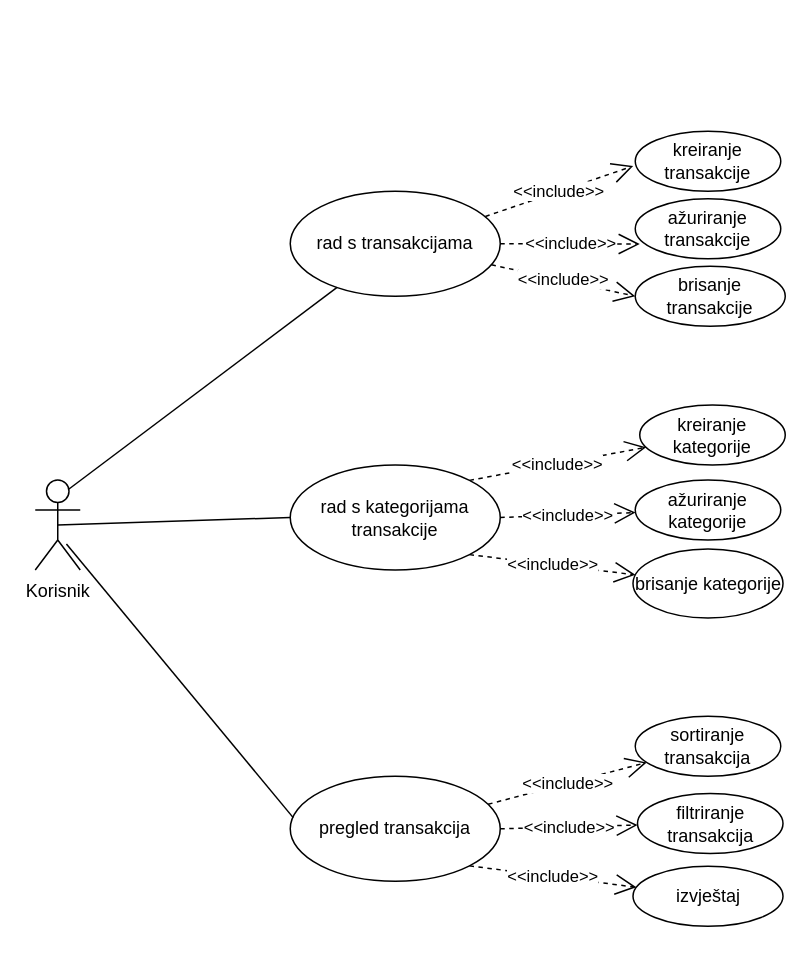
Before: page "Dijagram koristenja" (1 of 4) of doc/aplikacija.drawio in avucak/upi_20_budget, a draw.io diagram. Source tidied: cells renumbered, new cells numbered last; positions are measured from the earlier drawing's top-left corner, leaving out a move shared by most shapes. Both pictures are drawn from the tidied source at 150%, with x=0, y=0 at pixel (34, 130).
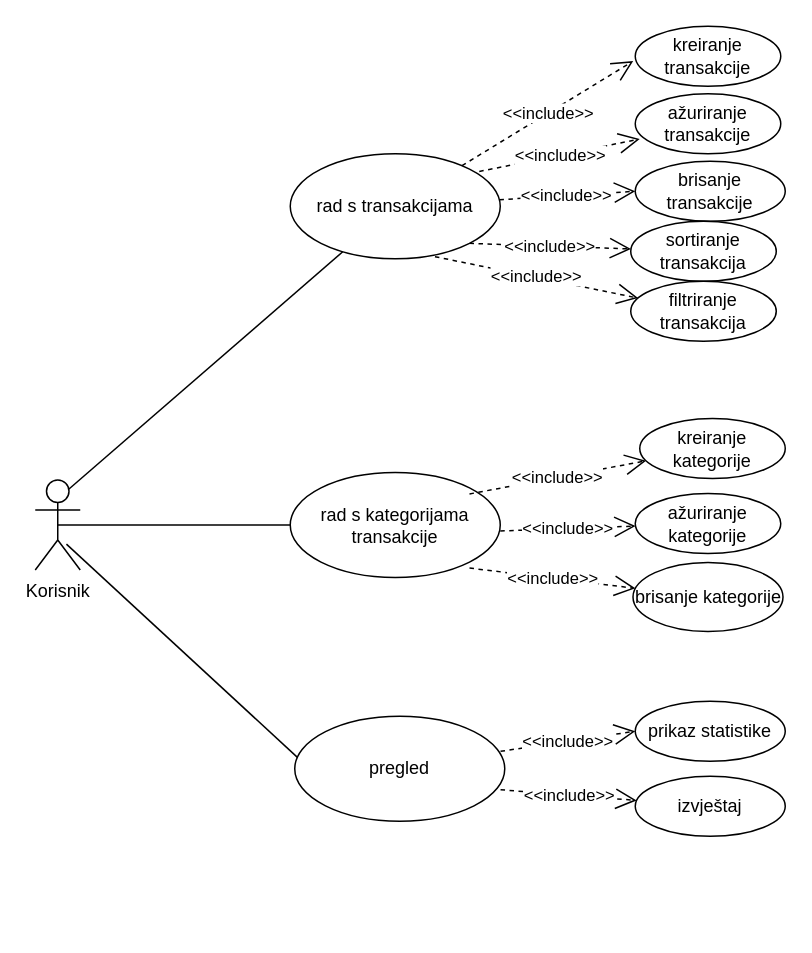
After the change.

Commit message:
promjena dijagrama korištenja

The edit, as a diff of the source:
```diff
@@
     <mxCell id="3" value="kreiranje transakcije" style="ellipse;whiteSpace=wrap;html=1;" parent="1" vertex="1">
-      <mxGeometry x="400" width="97" height="40" as="geometry" />
+      <mxGeometry x="400" y="-70" width="97" height="40" as="geometry" />
     </mxCell>
     <mxCell id="4" value="ažuriranje transakcije" style="ellipse;whiteSpace=wrap;html=1;" parent="1" vertex="1">
-      <mxGeometry x="400" y="45" width="97" height="40" as="geometry" />
+      <mxGeometry x="400" y="-25" width="97" height="40" as="geometry" />
     </mxCell>
     <mxCell id="5" value="brisanje transakcije" style="ellipse;whiteSpace=wrap;html=1;" parent="1" vertex="1">
-      <mxGeometry x="400" y="90" width="100" height="40" as="geometry" />
+      <mxGeometry x="400" y="20" width="100" height="40" as="geometry" />
     </mxCell>
     <mxCell id="6" value="rad s transakcijama" style="ellipse;whiteSpace=wrap;html=1;" parent="1" vertex="1">
-      <mxGeometry x="170" y="40" width="140" height="70" as="geometry" />
+      <mxGeometry x="170" y="15" width="140" height="70" as="geometry" />
     </mxCell>
     <mxCell id="7" value="rad s kategorijama transakcije" style="ellipse;whiteSpace=wrap;html=1;" parent="1" vertex="1">
-      <mxGeometry x="170" y="222.5" width="140" height="70" as="geometry" />
+      <mxGeometry x="170" y="227.5" width="140" height="70" as="geometry" />
     </mxCell>
-    <mxCell id="8" value="pregled transakcija" style="ellipse;whiteSpace=wrap;html=1;" parent="1" vertex="1">
-      <mxGeometry x="170" y="430" width="140" height="70" as="geometry" />
+    <mxCell id="8" value="pregled" style="ellipse;whiteSpace=wrap;html=1;" parent="1" vertex="1">
+      <mxGeometry x="173" y="390" width="140" height="70" as="geometry" />
     </mxCell>
@@
     <mxCell id="12" value="kreiranje kategorije" style="ellipse;whiteSpace=wrap;html=1;" parent="1" vertex="1">
-      <mxGeometry x="403" y="182.5" width="97" height="40" as="geometry" />
+      <mxGeometry x="403" y="191.5" width="97" height="40" as="geometry" />
     </mxCell>
     <mxCell id="13" value="ažuriranje kategorije" style="ellipse;whiteSpace=wrap;html=1;" parent="1" vertex="1">
-      <mxGeometry x="400" y="232.5" width="97" height="40" as="geometry" />
+      <mxGeometry x="400" y="241.5" width="97" height="40" as="geometry" />
     </mxCell>
     <mxCell id="14" value="brisanje kategorije" style="ellipse;whiteSpace=wrap;html=1;" parent="1" vertex="1">
-      <mxGeometry x="398.5" y="278.5" width="100" height="46" as="geometry" />
+      <mxGeometry x="398.5" y="287.5" width="100" height="46" as="geometry" />
     </mxCell>
-    <mxCell id="15" value="&amp;lt;&amp;lt;include&amp;gt;&amp;gt;" style="endArrow=open;endSize=12;dashed=1;html=1;exitX=0.929;exitY=0.24;exitDx=0;exitDy=0;exitPerimeter=0;entryX=-0.014;entryY=0.58;entryDx=0;entryDy=0;entryPerimeter=0;" parent="1" edge="1" source="6" target="3">
+    <mxCell id="15" value="&amp;lt;&amp;lt;include&amp;gt;&amp;gt;" style="endArrow=open;endSize=12;dashed=1;html=1;entryX=-0.014;entryY=0.58;entryDx=0;entryDy=0;entryPerimeter=0;" parent="1" edge="1" source="6" target="3">
       <mxGeometry relative="1" as="geometry" />
     </mxCell>
-    <mxCell id="16" value="&amp;lt;&amp;lt;include&amp;gt;&amp;gt;" style="endArrow=open;endSize=12;dashed=1;html=1;entryX=0.031;entryY=0.755;entryDx=0;entryDy=0;entryPerimeter=0;" parent="1" edge="1" source="6" target="4">
+    <mxCell id="16" value="&amp;lt;&amp;lt;include&amp;gt;&amp;gt;" style="endArrow=open;endSize=12;dashed=1;html=1;entryX=0.031;entryY=0.755;entryDx=0;entryDy=0;entryPerimeter=0;exitX=0.9;exitY=0.169;exitDx=0;exitDy=0;exitPerimeter=0;" parent="1" edge="1" source="6" target="4">
       <mxGeometry relative="1" as="geometry" />
     </mxCell>
@@
-    <mxCell id="18" value="&amp;lt;&amp;lt;include&amp;gt;&amp;gt;" style="endArrow=open;endSize=12;dashed=1;html=1;exitX=1;exitY=0;exitDx=0;exitDy=0;" parent="1" edge="1" source="7" target="12">
-      <mxGeometry relative="1" as="geometry" />
+    <mxCell id="18" value="&amp;lt;&amp;lt;include&amp;gt;&amp;gt;" style="endArrow=open;endSize=12;dashed=1;html=1;exitX=1;exitY=0;exitDx=0;exitDy=0;" parent="1" edge="1" target="12">
+      <mxGeometry relative="1" as="geometry">
+        <mxPoint x="289.5" y="241.8" as="sourcePoint" />
+      </mxGeometry>
     </mxCell>
-    <mxCell id="19" value="&amp;lt;&amp;lt;include&amp;gt;&amp;gt;" style="endArrow=open;endSize=12;dashed=1;html=1;exitX=1;exitY=0.5;exitDx=0;exitDy=0;" parent="1" edge="1" source="7" target="13">
-      <mxGeometry relative="1" as="geometry" />
+    <mxCell id="19" value="&amp;lt;&amp;lt;include&amp;gt;&amp;gt;" style="endArrow=open;endSize=12;dashed=1;html=1;exitX=1;exitY=0.5;exitDx=0;exitDy=0;" parent="1" edge="1" target="13">
+      <mxGeometry relative="1" as="geometry">
+        <mxPoint x="310" y="266.5" as="sourcePoint" />
+      </mxGeometry>
     </mxCell>
-    <mxCell id="20" value="&amp;lt;&amp;lt;include&amp;gt;&amp;gt;" style="endArrow=open;endSize=12;dashed=1;html=1;exitX=1;exitY=1;exitDx=0;exitDy=0;" parent="1" edge="1" source="7" target="14">
-      <mxGeometry relative="1" as="geometry" />
+    <mxCell id="20" value="&amp;lt;&amp;lt;include&amp;gt;&amp;gt;" style="endArrow=open;endSize=12;dashed=1;html=1;exitX=1;exitY=1;exitDx=0;exitDy=0;" parent="1" edge="1" target="14">
+      <mxGeometry relative="1" as="geometry">
+        <mxPoint x="289.5" y="291.2" as="sourcePoint" />
+      </mxGeometry>
     </mxCell>
     <mxCell id="21" value="sortiranje transakcija" style="ellipse;whiteSpace=wrap;html=1;" parent="1" vertex="1">
-      <mxGeometry x="400" y="390" width="97" height="40" as="geometry" />
+      <mxGeometry x="397" y="60" width="97" height="40" as="geometry" />
     </mxCell>
     <mxCell id="22" value="filtriranje transakcija" style="ellipse;whiteSpace=wrap;html=1;" parent="1" vertex="1">
-      <mxGeometry x="401.5" y="441.5" width="97" height="40" as="geometry" />
+      <mxGeometry x="397" y="100" width="97" height="40" as="geometry" />
     </mxCell>
     <mxCell id="23" value="izvještaj" style="ellipse;whiteSpace=wrap;html=1;" parent="1" vertex="1">
-      <mxGeometry x="398.5" y="490" width="100" height="40" as="geometry" />
+      <mxGeometry x="400" y="430" width="100" height="40" as="geometry" />
     </mxCell>
-    <mxCell id="24" value="&amp;lt;&amp;lt;include&amp;gt;&amp;gt;" style="endArrow=open;endSize=12;dashed=1;html=1;" parent="1" edge="1" source="8" target="21">
+    <mxCell id="24" value="&amp;lt;&amp;lt;include&amp;gt;&amp;gt;" style="endArrow=open;endSize=12;dashed=1;html=1;exitX=1;exitY=1;exitDx=0;exitDy=0;" parent="1" edge="1" source="6" target="21">
       <mxGeometry relative="1" as="geometry" />
     </mxCell>
-    <mxCell id="25" value="&amp;lt;&amp;lt;include&amp;gt;&amp;gt;" style="endArrow=open;endSize=12;dashed=1;html=1;exitX=1;exitY=0.5;exitDx=0;exitDy=0;" parent="1" edge="1" source="8" target="22">
+    <mxCell id="25" value="&amp;lt;&amp;lt;include&amp;gt;&amp;gt;" style="endArrow=open;endSize=12;dashed=1;html=1;exitX=0.689;exitY=0.98;exitDx=0;exitDy=0;exitPerimeter=0;" parent="1" edge="1" source="6" target="22">
       <mxGeometry relative="1" as="geometry" />
     </mxCell>
-    <mxCell id="26" value="&amp;lt;&amp;lt;include&amp;gt;&amp;gt;" style="endArrow=open;endSize=12;dashed=1;html=1;exitX=1;exitY=1;exitDx=0;exitDy=0;" parent="1" edge="1" source="8" target="23">
+    <mxCell id="26" value="&amp;lt;&amp;lt;include&amp;gt;&amp;gt;" style="endArrow=open;endSize=12;dashed=1;html=1;exitX=0.98;exitY=0.7;exitDx=0;exitDy=0;exitPerimeter=0;" parent="1" edge="1" source="8" target="23">
       <mxGeometry relative="1" as="geometry" />
     </mxCell>
+    <mxCell id="27" value="prikaz statistike" style="ellipse;whiteSpace=wrap;html=1;" parent="1" vertex="1">
+      <mxGeometry x="400" y="380" width="100" height="40" as="geometry" />
+    </mxCell>
+    <mxCell id="28" value="&amp;lt;&amp;lt;include&amp;gt;&amp;gt;" style="endArrow=open;endSize=12;dashed=1;html=1;exitX=0.98;exitY=0.334;exitDx=0;exitDy=0;entryX=0;entryY=0.5;entryDx=0;entryDy=0;exitPerimeter=0;" parent="1" edge="1" source="8" target="27">
+      <mxGeometry relative="1" as="geometry" />
+    </mxCell>
```
